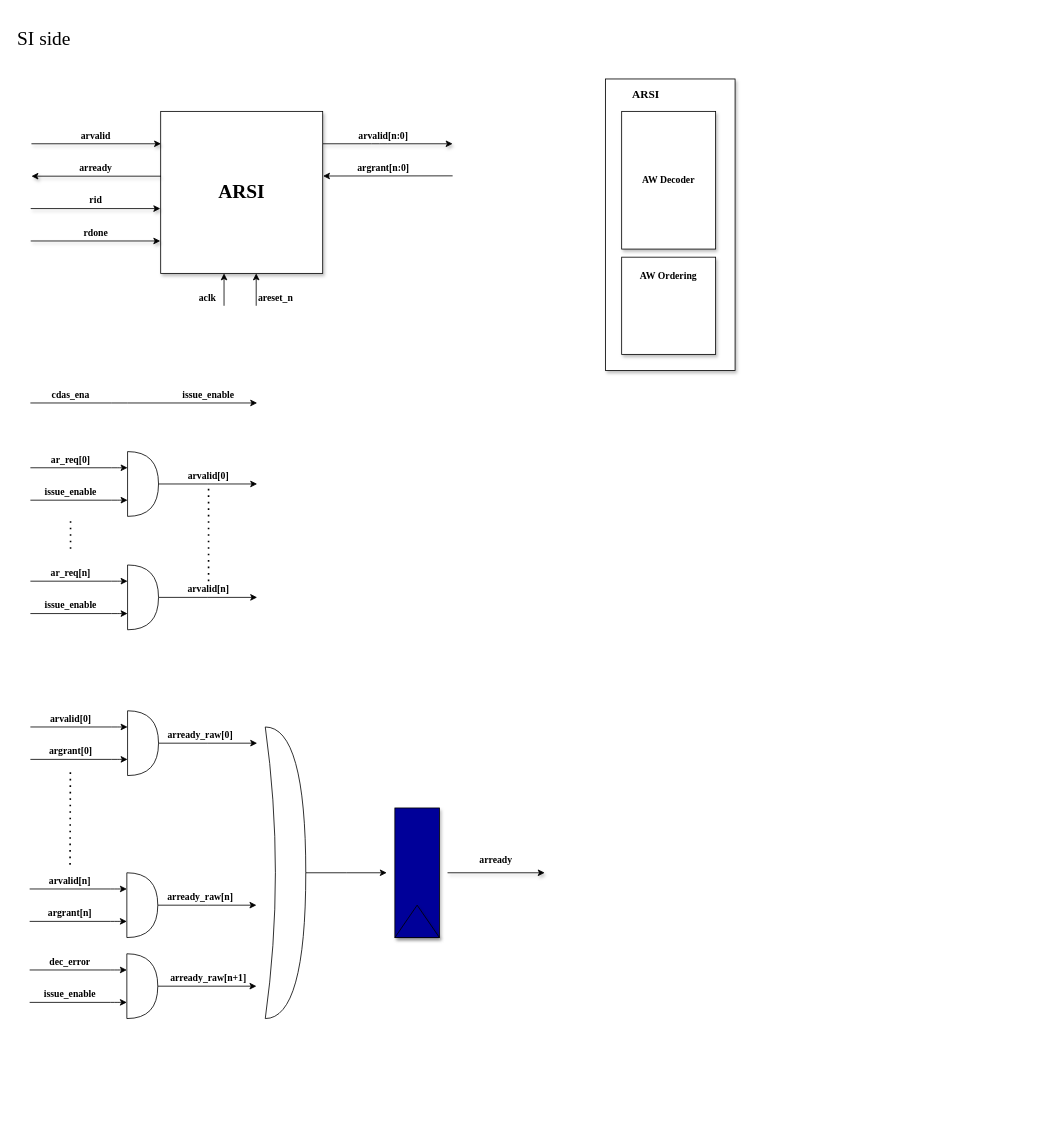
Before: page "ARSI" (14 of 14) of VG_AxiBus/Doc/axi4_ver0.2.drawio in nguyenquanicd/VG_RTL, a draw.io diagram. Source tidied: cells renumbered, new cells numbered last; positions are measured from the earlier drawing's top-left corner, leaving out a move shared by most shapes. Both pictures are drawn from the tidied source at 81%, with x=0, y=0 at pixel (13, 22).
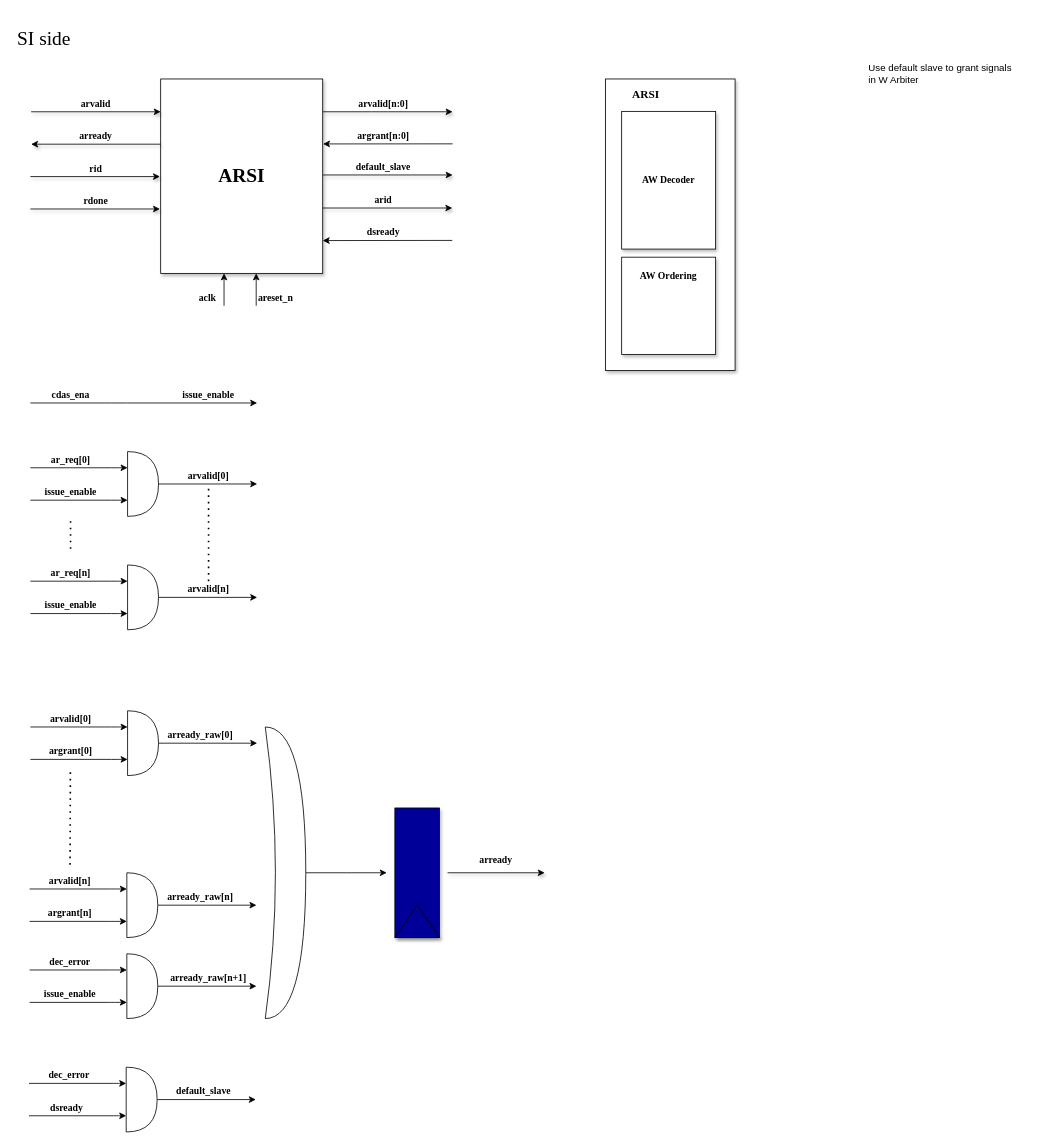
Above is the later version.

What changed in the source:
```diff
@@
     <mxCell id="42" value="&lt;font face=&quot;Times New Roman&quot;&gt;&lt;b&gt;arvalid&lt;/b&gt;&lt;/font&gt;" style="text;html=1;strokeColor=none;fillColor=none;align=center;verticalAlign=middle;whiteSpace=wrap;rounded=0;shadow=1;" parent="1" vertex="1">
-      <mxGeometry x="82.3" y="130" width="40" height="20" as="geometry" />
+      <mxGeometry x="81.9" y="90.5" width="40" height="20" as="geometry" />
     </mxCell>
     <mxCell id="43" value="&lt;font face=&quot;Times New Roman&quot;&gt;&lt;b&gt;arvalid[n:0]&lt;/b&gt;&lt;/font&gt;" style="text;html=1;strokeColor=none;fillColor=none;align=center;verticalAlign=middle;whiteSpace=wrap;rounded=0;shadow=1;" parent="1" vertex="1">
-      <mxGeometry x="437.3" y="130" width="40" height="20" as="geometry" />
+      <mxGeometry x="437.3" y="90.5" width="40" height="20" as="geometry" />
     </mxCell>
     <mxCell id="44" value="&lt;font style=&quot;font-size: 24px&quot; face=&quot;Times New Roman&quot;&gt;&lt;b&gt;ARSI&lt;/b&gt;&lt;/font&gt;" style="rounded=0;whiteSpace=wrap;html=1;shadow=1;" parent="1" vertex="1">
-      <mxGeometry x="181.9" y="110" width="200" height="200" as="geometry" />
+      <mxGeometry x="181.9" y="70" width="200" height="240" as="geometry" />
     </mxCell>
     <mxCell id="45" style="endArrow=classic;html=1;shadow=1;" parent="1" edge="1">
       <mxGeometry relative="1" as="geometry">
-        <mxPoint x="382.3" y="150" as="sourcePoint" />
-        <mxPoint x="542.3" y="150" as="targetPoint" />
+        <mxPoint x="382.3" y="110.5" as="sourcePoint" />
+        <mxPoint x="542.3" y="110.5" as="targetPoint" />
         <Array as="points">
-          <mxPoint x="452.3" y="150" />
+          <mxPoint x="452.3" y="110.5" />
         </Array>
       </mxGeometry>
     </mxCell>
     <mxCell id="46" style="endArrow=classic;html=1;shadow=0;strokeColor=#000000;fillColor=#004C99;" parent="1" edge="1">
       <mxGeometry relative="1" as="geometry">
-        <mxPoint x="542.3" y="189.6" as="sourcePoint" />
-        <mxPoint x="382.3" y="189.8" as="targetPoint" />
+        <mxPoint x="542.3" y="150.1" as="sourcePoint" />
+        <mxPoint x="382.3" y="150.2" as="targetPoint" />
       </mxGeometry>
     </mxCell>
     <mxCell id="47" value="&lt;font face=&quot;Times New Roman&quot;&gt;&lt;b&gt;argrant[n:0]&lt;/b&gt;&lt;/font&gt;" style="text;html=1;strokeColor=none;fillColor=none;align=center;verticalAlign=middle;whiteSpace=wrap;rounded=0;" parent="1" vertex="1">
-      <mxGeometry x="437.3" y="169.6" width="40" height="20" as="geometry" />
+      <mxGeometry x="437.3" y="130.1" width="40" height="20" as="geometry" />
     </mxCell>
     <mxCell id="48" value="&lt;font face=&quot;Times New Roman&quot;&gt;&lt;b&gt;rid&lt;/b&gt;&lt;/font&gt;" style="text;html=1;strokeColor=none;fillColor=none;align=center;verticalAlign=middle;whiteSpace=wrap;rounded=0;shadow=1;" parent="1" vertex="1">
-      <mxGeometry x="82.3" y="210" width="40" height="20" as="geometry" />
+      <mxGeometry x="81.9" y="170.5" width="40" height="20" as="geometry" />
     </mxCell>
     <mxCell id="49" value="&lt;font face=&quot;Times New Roman&quot;&gt;&lt;b&gt;rdone&lt;/b&gt;&lt;/font&gt;" style="text;html=1;strokeColor=none;fillColor=none;align=center;verticalAlign=middle;whiteSpace=wrap;rounded=0;shadow=1;" parent="1" vertex="1">
-      <mxGeometry x="82.3" y="250" width="40" height="20" as="geometry" />
+      <mxGeometry x="81.9" y="210.5" width="40" height="20" as="geometry" />
     </mxCell>
     <mxCell id="50" value="&lt;font face=&quot;Times New Roman&quot;&gt;&lt;b&gt;arready&lt;/b&gt;&lt;/font&gt;" style="text;html=1;strokeColor=none;fillColor=none;align=center;verticalAlign=middle;whiteSpace=wrap;rounded=0;shadow=1;" parent="1" vertex="1">
-      <mxGeometry x="82.3" y="170" width="40" height="20" as="geometry" />
+      <mxGeometry x="81.9" y="130.5" width="40" height="20" as="geometry" />
     </mxCell>
     <mxCell id="51" style="endArrow=classic;html=1;shadow=1;" parent="1" edge="1">
       <mxGeometry relative="1" as="geometry">
-        <mxPoint x="22.3" y="150" as="sourcePoint" />
-        <mxPoint x="182.3" y="150" as="targetPoint" />
+        <mxPoint x="21.9" y="110.5" as="sourcePoint" />
+        <mxPoint x="181.9" y="110.5" as="targetPoint" />
       </mxGeometry>
     </mxCell>
     <mxCell id="52" style="endArrow=classic;html=1;shadow=1;" parent="1" edge="1">
       <mxGeometry relative="1" as="geometry">
-        <mxPoint x="182.3" y="190" as="sourcePoint" />
-        <mxPoint x="22.3" y="190" as="targetPoint" />
+        <mxPoint x="181.9" y="150.5" as="sourcePoint" />
+        <mxPoint x="21.9" y="150.5" as="targetPoint" />
       </mxGeometry>
     </mxCell>
     <mxCell id="53" style="endArrow=classic;html=1;shadow=1;" parent="1" edge="1">
       <mxGeometry relative="1" as="geometry">
-        <mxPoint x="21.4" y="230" as="sourcePoint" />
-        <mxPoint x="181.4" y="230" as="targetPoint" />
+        <mxPoint x="21" y="190.5" as="sourcePoint" />
+        <mxPoint x="181" y="190.5" as="targetPoint" />
       </mxGeometry>
     </mxCell>
     <mxCell id="54" style="endArrow=classic;html=1;shadow=1;" parent="1" edge="1">
       <mxGeometry relative="1" as="geometry">
-        <mxPoint x="21.4" y="270" as="sourcePoint" />
-        <mxPoint x="181.4" y="270" as="targetPoint" />
+        <mxPoint x="21" y="230.5" as="sourcePoint" />
+        <mxPoint x="181" y="230.5" as="targetPoint" />
       </mxGeometry>
     </mxCell>
@@
+    <mxCell id="71" style="endArrow=classic;html=1;shadow=1;" parent="1" edge="1">
+      <mxGeometry relative="1" as="geometry">
+        <mxPoint x="382.3" y="188.5" as="sourcePoint" />
+        <mxPoint x="542.3" y="188.5" as="targetPoint" />
+      </mxGeometry>
+    </mxCell>
+    <mxCell id="72" value="&lt;b&gt;&lt;font face=&quot;Times New Roman&quot;&gt;default_slave&lt;/font&gt;&lt;/b&gt;" style="text;html=1;strokeColor=none;fillColor=none;align=center;verticalAlign=middle;whiteSpace=wrap;rounded=0;shadow=1;" parent="1" vertex="1">
+      <mxGeometry x="437.3" y="168.5" width="40" height="20" as="geometry" />
+    </mxCell>
+    <mxCell id="73" style="endArrow=classic;html=1;shadow=1;" parent="1" edge="1">
+      <mxGeometry relative="1" as="geometry">
+        <mxPoint x="381.9" y="229.3" as="sourcePoint" />
+        <mxPoint x="541.9" y="229.3" as="targetPoint" />
+      </mxGeometry>
+    </mxCell>
+    <mxCell id="74" value="&lt;b&gt;&lt;font face=&quot;Times New Roman&quot;&gt;arid&lt;/font&gt;&lt;/b&gt;" style="text;html=1;strokeColor=none;fillColor=none;align=center;verticalAlign=middle;whiteSpace=wrap;rounded=0;shadow=1;" parent="1" vertex="1">
+      <mxGeometry x="436.9" y="209.3" width="40" height="20" as="geometry" />
+    </mxCell>
+    <mxCell id="75" style="endArrow=classic;html=1;shadow=0;strokeColor=#000000;fillColor=#004C99;" parent="1" edge="1">
+      <mxGeometry relative="1" as="geometry">
+        <mxPoint x="541.9" y="269.3" as="sourcePoint" />
+        <mxPoint x="381.9" y="269.5" as="targetPoint" />
+      </mxGeometry>
+    </mxCell>
+    <mxCell id="76" value="&lt;b&gt;&lt;font face=&quot;Times New Roman&quot;&gt;dsready&lt;/font&gt;&lt;/b&gt;" style="text;html=1;strokeColor=none;fillColor=none;align=center;verticalAlign=middle;whiteSpace=wrap;rounded=0;shadow=1;" parent="1" vertex="1">
+      <mxGeometry x="437.3" y="249.3" width="40" height="20" as="geometry" />
+    </mxCell>
+    <mxCell id="77" value="&lt;font face=&quot;Times New Roman&quot;&gt;&lt;b&gt;default_slave&lt;/b&gt;&lt;/font&gt;" style="text;html=1;strokeColor=none;fillColor=none;align=center;verticalAlign=middle;whiteSpace=wrap;rounded=0;shadow=1;" parent="1" vertex="1">
+      <mxGeometry x="215.3" y="1310" width="40" height="20" as="geometry" />
+    </mxCell>
+    <mxCell id="78" value="&lt;font face=&quot;Times New Roman&quot;&gt;&lt;b&gt;dec_error&lt;/b&gt;&lt;/font&gt;" style="text;html=1;strokeColor=none;fillColor=none;align=center;verticalAlign=middle;whiteSpace=wrap;rounded=0;shadow=1;" parent="1" vertex="1">
+      <mxGeometry x="49.3" y="1290" width="40" height="20" as="geometry" />
+    </mxCell>
+    <mxCell id="79" style="endArrow=classic;html=1;" parent="1" edge="1">
+      <mxGeometry relative="1" as="geometry">
+        <mxPoint x="19.3" y="1310" as="sourcePoint" />
+        <mxPoint x="139.3" y="1310" as="targetPoint" />
+        <Array as="points">
+          <mxPoint x="129.3" y="1310" />
+        </Array>
+      </mxGeometry>
+    </mxCell>
+    <mxCell id="80" style="endArrow=classic;html=1;" parent="1" edge="1">
+      <mxGeometry relative="1" as="geometry">
+        <mxPoint x="19.3" y="1350" as="sourcePoint" />
+        <mxPoint x="139.3" y="1350" as="targetPoint" />
+        <Array as="points">
+          <mxPoint x="129.3" y="1350" />
+        </Array>
+      </mxGeometry>
+    </mxCell>
+    <mxCell id="81" style="edgeStyle=orthogonalEdgeStyle;rounded=0;jettySize=auto;html=1;" parent="1" edge="1" source="82">
+      <mxGeometry relative="1" as="geometry">
+        <mxPoint x="299.3" y="1330" as="targetPoint" />
+      </mxGeometry>
+    </mxCell>
+    <mxCell id="82" style="shape=or;whiteSpace=wrap;html=1;" parent="1" vertex="1">
+      <mxGeometry x="139.3" y="1290" width="38.2" height="80" as="geometry" />
+    </mxCell>
+    <mxCell id="83" value="&lt;b&gt;&lt;font face=&quot;Times New Roman&quot;&gt;dsready&lt;/font&gt;&lt;/b&gt;" style="text;html=1;strokeColor=none;fillColor=none;align=center;verticalAlign=middle;whiteSpace=wrap;rounded=0;shadow=1;" parent="1" vertex="1">
+      <mxGeometry x="46.1" y="1330" width="40" height="20" as="geometry" />
+    </mxCell>
+    <mxCell id="84" value="Use default slave to grant signals in W Arbiter" style="text;html=1;strokeColor=none;fillColor=none;spacing=5;spacingTop=-20;whiteSpace=wrap;overflow=hidden;rounded=0;shadow=1;" parent="1" vertex="1">
+      <mxGeometry x="1051" y="60" width="190" height="120" as="geometry" />
+    </mxCell>
```
